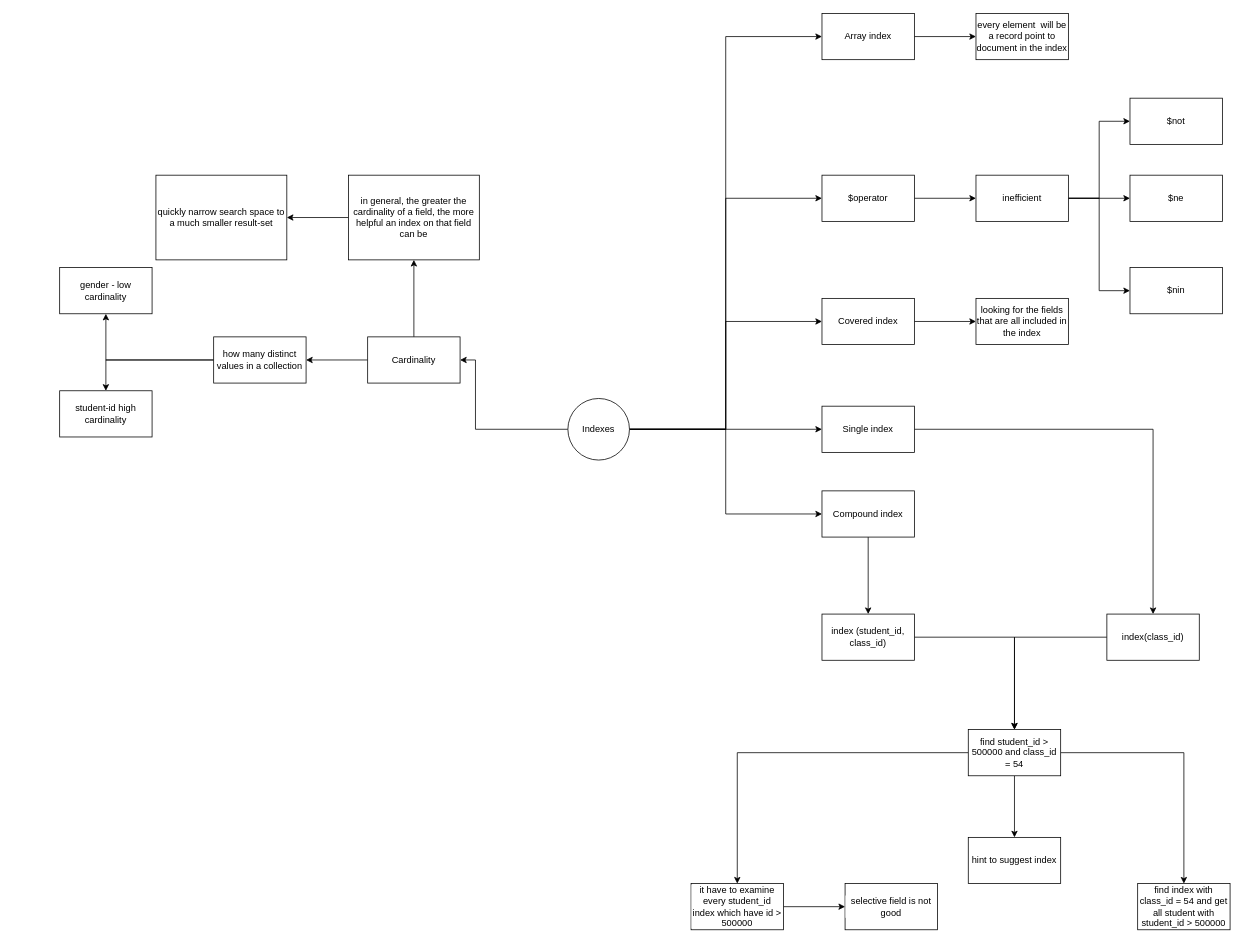
Before: indexes.drawio in hoanglechanhtu/mongo, a draw.io diagram. Source tidied: cells renumbered, new cells numbered last; positions are measured from the earlier drawing's top-left corner, leaving out a move shared by most shapes. Both pictures are drawn from the tidied source at 77%, with x=0, y=0 at pixel (59, 13).
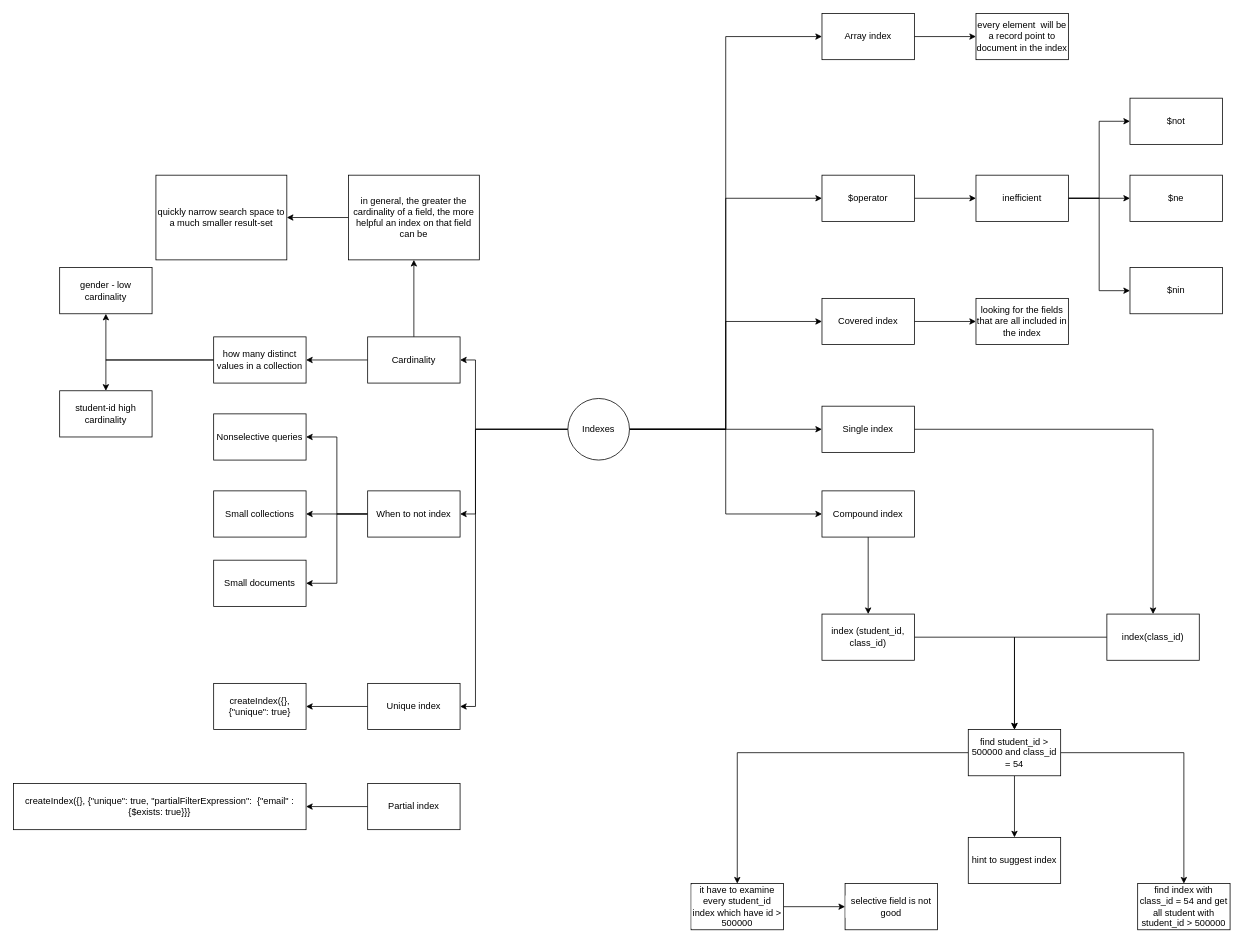
Above is the later version.

Unchanged cells that the change refers to:
```xml
<mxCell id="10" value="Indexes" style="ellipse;whiteSpace=wrap;html=1;fillColor=default;strokeColor=default;fontColor=default;" parent="1" vertex="1">
  <mxGeometry x="660" y="500" width="80" height="80" as="geometry" />
</mxCell>
```

The edit, as a diff of the source:
```diff
@@
+    <mxCell id="52" style="edgeStyle=orthogonalEdgeStyle;rounded=0;jettySize=auto;html=1;entryX=1;entryY=0.5;entryDx=0;entryDy=0;labelBackgroundColor=default;fontColor=default;strokeColor=default;" parent="1" edge="1" source="10" target="57">
+      <mxGeometry relative="1" as="geometry">
+        <Array as="points">
+          <mxPoint x="540" y="540" />
+          <mxPoint x="540" y="650" />
+        </Array>
+      </mxGeometry>
+    </mxCell>
+    <mxCell id="53" style="edgeStyle=orthogonalEdgeStyle;rounded=0;jettySize=auto;html=1;entryX=1;entryY=0.5;entryDx=0;entryDy=0;labelBackgroundColor=default;fontColor=default;strokeColor=default;" parent="1" edge="1" source="10" target="62">
+      <mxGeometry relative="1" as="geometry">
+        <Array as="points">
+          <mxPoint x="540" y="540" />
+          <mxPoint x="540" y="900" />
+        </Array>
+      </mxGeometry>
+    </mxCell>
@@
+    <mxCell id="54" style="edgeStyle=orthogonalEdgeStyle;rounded=0;jettySize=auto;html=1;labelBackgroundColor=default;fontColor=default;strokeColor=default;" parent="1" edge="1" source="57" target="58">
+      <mxGeometry relative="1" as="geometry" />
+    </mxCell>
+    <mxCell id="55" style="edgeStyle=orthogonalEdgeStyle;rounded=0;jettySize=auto;html=1;entryX=1;entryY=0.5;entryDx=0;entryDy=0;labelBackgroundColor=default;fontColor=default;strokeColor=default;" parent="1" edge="1" source="57" target="59">
+      <mxGeometry relative="1" as="geometry" />
+    </mxCell>
+    <mxCell id="56" style="edgeStyle=orthogonalEdgeStyle;rounded=0;jettySize=auto;html=1;entryX=1;entryY=0.5;entryDx=0;entryDy=0;labelBackgroundColor=default;fontColor=default;strokeColor=default;" parent="1" edge="1" source="57" target="60">
+      <mxGeometry relative="1" as="geometry" />
+    </mxCell>
+    <mxCell id="57" value="When to not index" style="whiteSpace=wrap;html=1;fillColor=default;strokeColor=default;fontColor=default;" parent="1" vertex="1">
+      <mxGeometry x="400" y="620" width="120" height="60" as="geometry" />
+    </mxCell>
+    <mxCell id="58" value="Small collections" style="whiteSpace=wrap;html=1;fillColor=default;strokeColor=default;fontColor=default;" parent="1" vertex="1">
+      <mxGeometry x="200" y="620" width="120" height="60" as="geometry" />
+    </mxCell>
+    <mxCell id="59" value="Small documents" style="whiteSpace=wrap;html=1;fillColor=default;strokeColor=default;fontColor=default;" parent="1" vertex="1">
+      <mxGeometry x="200" y="710" width="120" height="60" as="geometry" />
+    </mxCell>
+    <mxCell id="60" value="Nonselective queries" style="whiteSpace=wrap;html=1;fillColor=default;strokeColor=default;fontColor=default;" parent="1" vertex="1">
+      <mxGeometry x="200" y="520" width="120" height="60" as="geometry" />
+    </mxCell>
+    <mxCell id="61" style="edgeStyle=orthogonalEdgeStyle;rounded=0;jettySize=auto;html=1;labelBackgroundColor=default;fontColor=default;strokeColor=default;" parent="1" edge="1" source="62" target="63">
+      <mxGeometry relative="1" as="geometry" />
+    </mxCell>
+    <mxCell id="62" value="Unique index" style="whiteSpace=wrap;html=1;fillColor=default;strokeColor=default;fontColor=default;" parent="1" vertex="1">
+      <mxGeometry x="400" y="870" width="120" height="60" as="geometry" />
+    </mxCell>
+    <mxCell id="63" value="createIndex({}, {&quot;unique&quot;: true}" style="whiteSpace=wrap;html=1;fillColor=default;strokeColor=default;fontColor=default;" parent="1" vertex="1">
+      <mxGeometry x="200" y="870" width="120" height="60" as="geometry" />
+    </mxCell>
+    <mxCell id="64" style="edgeStyle=orthogonalEdgeStyle;rounded=0;jettySize=auto;html=1;labelBackgroundColor=default;fontColor=default;strokeColor=default;" parent="1" edge="1" source="65" target="66">
+      <mxGeometry relative="1" as="geometry" />
+    </mxCell>
+    <mxCell id="65" value="Partial index" style="whiteSpace=wrap;html=1;fillColor=default;strokeColor=default;fontColor=default;" parent="1" vertex="1">
+      <mxGeometry x="400" y="1000" width="120" height="60" as="geometry" />
+    </mxCell>
+    <mxCell id="66" value="createIndex({}, {&quot;unique&quot;: true, &quot;partialFilterExpression&quot;:&amp;nbsp; {&quot;email&quot; : {$exists: true}}}" style="whiteSpace=wrap;html=1;fillColor=default;strokeColor=default;fontColor=default;" parent="1" vertex="1">
+      <mxGeometry x="-60" y="1000" width="380" height="60" as="geometry" />
+    </mxCell>
```
